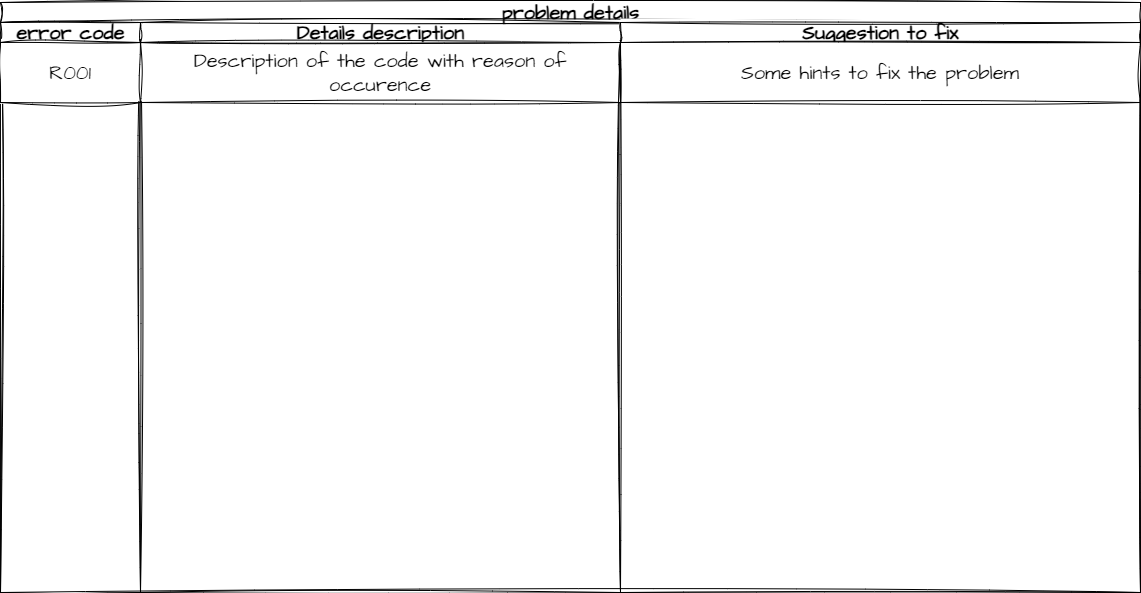
stueberm1/riskmanager keeps this draw.io diagram as documentation/arc-documentation/images/08_concepts/exceptions/presentation/error-code-description.drawio.png. Above is the earlier version. Source tidied: cells renumbered, new cells last; positions are measured from the earlier drawing's top-left corner, leaving out a move shared by most shapes.
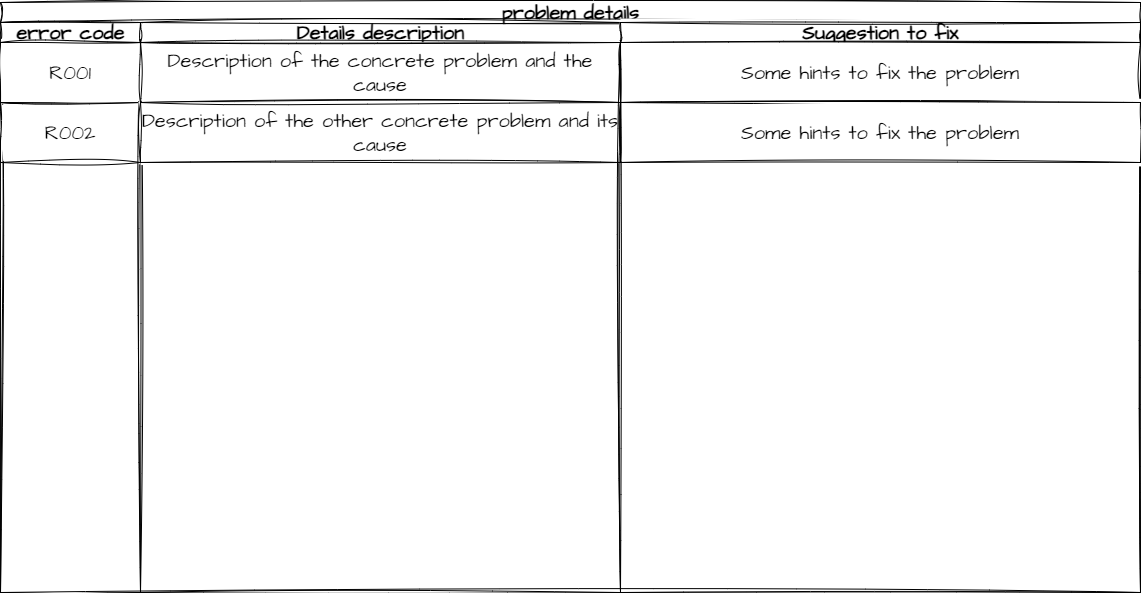
After the change.

Commit message:
riskmanager-4: adding some description about a risk

What changed in the source:
```diff
@@ -11,17 +11,26 @@
     <mxCell id="4" value="R001" style="fontStyle=0;html=1;whiteSpace=wrap;sketch=1;hachureGap=4;jiggle=2;curveFitting=1;fontFamily=Architects Daughter;fontSource=https%3A%2F%2Ffonts.googleapis.com%2Fcss%3Ffamily%3DArchitects%2BDaughter;fontSize=20;" parent="3" vertex="1">
       <mxGeometry y="20" width="140" height="60" as="geometry" />
     </mxCell>
+    <mxCell id="9" value="R002" style="fontStyle=0;html=1;whiteSpace=wrap;sketch=1;hachureGap=4;jiggle=2;curveFitting=1;fontFamily=Architects Daughter;fontSource=https%3A%2F%2Ffonts.googleapis.com%2Fcss%3Ffamily%3DArchitects%2BDaughter;fontSize=20;" parent="3" vertex="1">
+      <mxGeometry y="80" width="140" height="60" as="geometry" />
+    </mxCell>
     <mxCell id="5" value="Details description" style="swimlane;startSize=20;html=1;sketch=1;hachureGap=4;jiggle=2;curveFitting=1;fontFamily=Architects Daughter;fontSource=https%3A%2F%2Ffonts.googleapis.com%2Fcss%3Ffamily%3DArchitects%2BDaughter;fontSize=20;" parent="2" vertex="1">
       <mxGeometry x="140" y="20" width="480" height="570" as="geometry" />
     </mxCell>
-    <mxCell id="6" value="Description of the code with reason of occurence" style="fontStyle=0;html=1;whiteSpace=wrap;sketch=1;hachureGap=4;jiggle=2;curveFitting=1;fontFamily=Architects Daughter;fontSource=https%3A%2F%2Ffonts.googleapis.com%2Fcss%3Ffamily%3DArchitects%2BDaughter;fontSize=20;" parent="5" vertex="1">
+    <mxCell id="6" value="Description of the concrete problem and the cause" style="fontStyle=0;html=1;whiteSpace=wrap;sketch=1;hachureGap=4;jiggle=2;curveFitting=1;fontFamily=Architects Daughter;fontSource=https%3A%2F%2Ffonts.googleapis.com%2Fcss%3Ffamily%3DArchitects%2BDaughter;fontSize=20;" parent="5" vertex="1">
       <mxGeometry y="20" width="480" height="60" as="geometry" />
     </mxCell>
+    <mxCell id="10" value="Description of the other concrete problem and its cause" style="fontStyle=0;html=1;whiteSpace=wrap;sketch=1;hachureGap=4;jiggle=2;curveFitting=1;fontFamily=Architects Daughter;fontSource=https%3A%2F%2Ffonts.googleapis.com%2Fcss%3Ffamily%3DArchitects%2BDaughter;fontSize=20;" parent="5" vertex="1">
+      <mxGeometry y="80" width="480" height="60" as="geometry" />
+    </mxCell>
     <mxCell id="7" value="Suggestion to fix" style="swimlane;startSize=20;html=1;sketch=1;hachureGap=4;jiggle=2;curveFitting=1;fontFamily=Architects Daughter;fontSource=https%3A%2F%2Ffonts.googleapis.com%2Fcss%3Ffamily%3DArchitects%2BDaughter;fontSize=20;" parent="2" vertex="1">
       <mxGeometry x="620" y="20" width="520" height="570" as="geometry" />
     </mxCell>
     <mxCell id="8" value="Some hints to fix the problem" style="fontStyle=0;html=1;whiteSpace=wrap;sketch=1;hachureGap=4;jiggle=2;curveFitting=1;fontFamily=Architects Daughter;fontSource=https%3A%2F%2Ffonts.googleapis.com%2Fcss%3Ffamily%3DArchitects%2BDaughter;fontSize=20;" parent="7" vertex="1">
       <mxGeometry y="20" width="520" height="60" as="geometry" />
     </mxCell>
+    <mxCell id="11" value="Some hints to fix the problem" style="fontStyle=0;html=1;whiteSpace=wrap;sketch=1;hachureGap=4;jiggle=2;curveFitting=1;fontFamily=Architects Daughter;fontSource=https%3A%2F%2Ffonts.googleapis.com%2Fcss%3Ffamily%3DArchitects%2BDaughter;fontSize=20;" parent="7" vertex="1">
+      <mxGeometry y="80" width="520" height="60" as="geometry" />
+    </mxCell>
   </root>
 </mxGraphModel>
```
